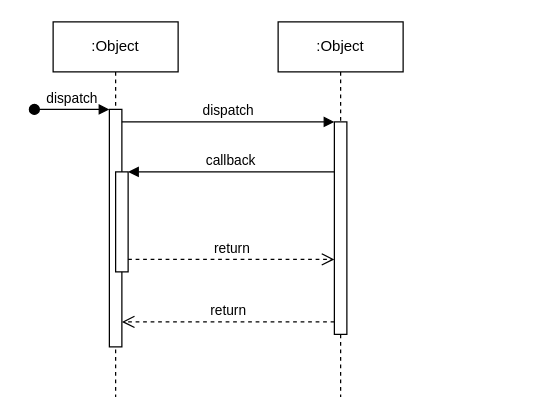
xfl11/xfliu keeps this draw.io diagram as efd.drawio. Above is the earlier version. Source tidied: cells renumbered, new cells numbered last; positions are measured from the earlier drawing's top-left corner, leaving out a move shared by most shapes. Both pictures are drawn from the tidied source at 125%, with x=0, y=0 at pixel (34, 21).
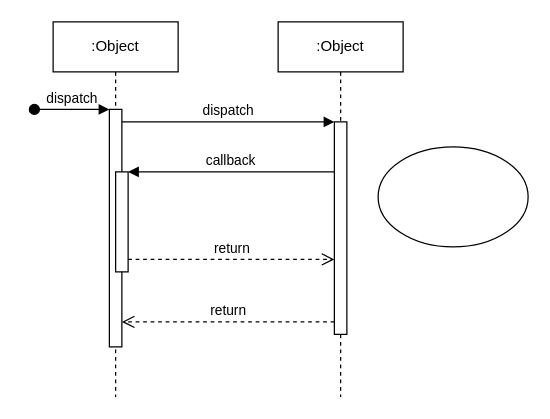
After the change.

What changed in the source:
```diff
@@
 <mxGraphModel>
   <root>
     <mxCell id="0" />
     <mxCell id="1" parent="0" />
     <mxCell id="2" value=":Object" style="shape=umlLifeline;perimeter=lifelinePerimeter;whiteSpace=wrap;html=1;newEdgeStyle={&quot;edgeStyle&quot;:&quot;elbowEdgeStyle&quot;,&quot;elbow&quot;:&quot;vertical&quot;,&quot;curved&quot;:0,&quot;rounded&quot;:0};" parent="1" vertex="1">
       <mxGeometry x="15" width="100" height="300" as="geometry" />
     </mxCell>
     <mxCell id="3" style="html=1;points=[];perimeter=orthogonalPerimeter;outlineConnect=0;targetShapes=umlLifeline;portConstraint=eastwest;newEdgeStyle={&quot;edgeStyle&quot;:&quot;elbowEdgeStyle&quot;,&quot;elbow&quot;:&quot;vertical&quot;,&quot;curved&quot;:0,&quot;rounded&quot;:0};" parent="2" vertex="1">
       <mxGeometry x="45" y="70" width="10" height="190" as="geometry" />
     </mxCell>
     <mxCell id="4" value="dispatch" style="html=1;verticalAlign=bottom;startArrow=oval;endArrow=block;startSize=8;edgeStyle=elbowEdgeStyle;elbow=vertical;curved=0;rounded=0;" parent="2" edge="1" target="3">
       <mxGeometry relative="1" as="geometry">
         <mxPoint x="-15" y="70" as="sourcePoint" />
       </mxGeometry>
     </mxCell>
     <mxCell id="5" style="html=1;points=[];perimeter=orthogonalPerimeter;outlineConnect=0;targetShapes=umlLifeline;portConstraint=eastwest;newEdgeStyle={&quot;edgeStyle&quot;:&quot;elbowEdgeStyle&quot;,&quot;elbow&quot;:&quot;vertical&quot;,&quot;curved&quot;:0,&quot;rounded&quot;:0};" parent="2" vertex="1">
       <mxGeometry x="50" y="120" width="10" height="80" as="geometry" />
     </mxCell>
     <mxCell id="6" value=":Object" style="shape=umlLifeline;perimeter=lifelinePerimeter;whiteSpace=wrap;html=1;newEdgeStyle={&quot;edgeStyle&quot;:&quot;elbowEdgeStyle&quot;,&quot;elbow&quot;:&quot;vertical&quot;,&quot;curved&quot;:0,&quot;rounded&quot;:0};" parent="1" vertex="1">
       <mxGeometry x="195" width="100" height="300" as="geometry" />
     </mxCell>
     <mxCell id="7" style="html=1;points=[];perimeter=orthogonalPerimeter;outlineConnect=0;targetShapes=umlLifeline;portConstraint=eastwest;newEdgeStyle={&quot;edgeStyle&quot;:&quot;elbowEdgeStyle&quot;,&quot;elbow&quot;:&quot;vertical&quot;,&quot;curved&quot;:0,&quot;rounded&quot;:0};" parent="6" vertex="1">
       <mxGeometry x="45" y="80" width="10" height="170" as="geometry" />
     </mxCell>
     <mxCell id="8" value="dispatch" style="html=1;verticalAlign=bottom;endArrow=block;edgeStyle=elbowEdgeStyle;elbow=vertical;curved=0;rounded=0;" parent="1" edge="1" source="3" target="7">
       <mxGeometry relative="1" as="geometry">
         <Array as="points">
           <mxPoint x="155" y="80" />
         </Array>
       </mxGeometry>
     </mxCell>
     <mxCell id="9" value="return" style="html=1;verticalAlign=bottom;endArrow=open;dashed=1;endSize=8;edgeStyle=elbowEdgeStyle;elbow=vertical;curved=0;rounded=0;" parent="1" edge="1" source="7" target="3">
       <mxGeometry relative="1" as="geometry">
         <Array as="points">
           <mxPoint x="165" y="240" />
         </Array>
       </mxGeometry>
     </mxCell>
     <mxCell id="10" value="callback" style="html=1;verticalAlign=bottom;endArrow=block;edgeStyle=elbowEdgeStyle;elbow=vertical;curved=0;rounded=0;" parent="1" edge="1" source="7" target="5">
       <mxGeometry relative="1" as="geometry">
         <Array as="points">
           <mxPoint x="165" y="120" />
         </Array>
       </mxGeometry>
     </mxCell>
     <mxCell id="11" value="return" style="html=1;verticalAlign=bottom;endArrow=open;dashed=1;endSize=8;edgeStyle=elbowEdgeStyle;elbow=vertical;curved=0;rounded=0;" parent="1" edge="1" source="5" target="7">
       <mxGeometry relative="1" as="geometry">
         <Array as="points">
           <mxPoint x="155" y="190" />
         </Array>
       </mxGeometry>
     </mxCell>
+    <mxCell id="12" style="ellipse;whiteSpace=wrap;html=1;" parent="1" vertex="1">
+      <mxGeometry x="275" y="100" width="120" height="80" as="geometry" />
+    </mxCell>
   </root>
 </mxGraphModel>
```
